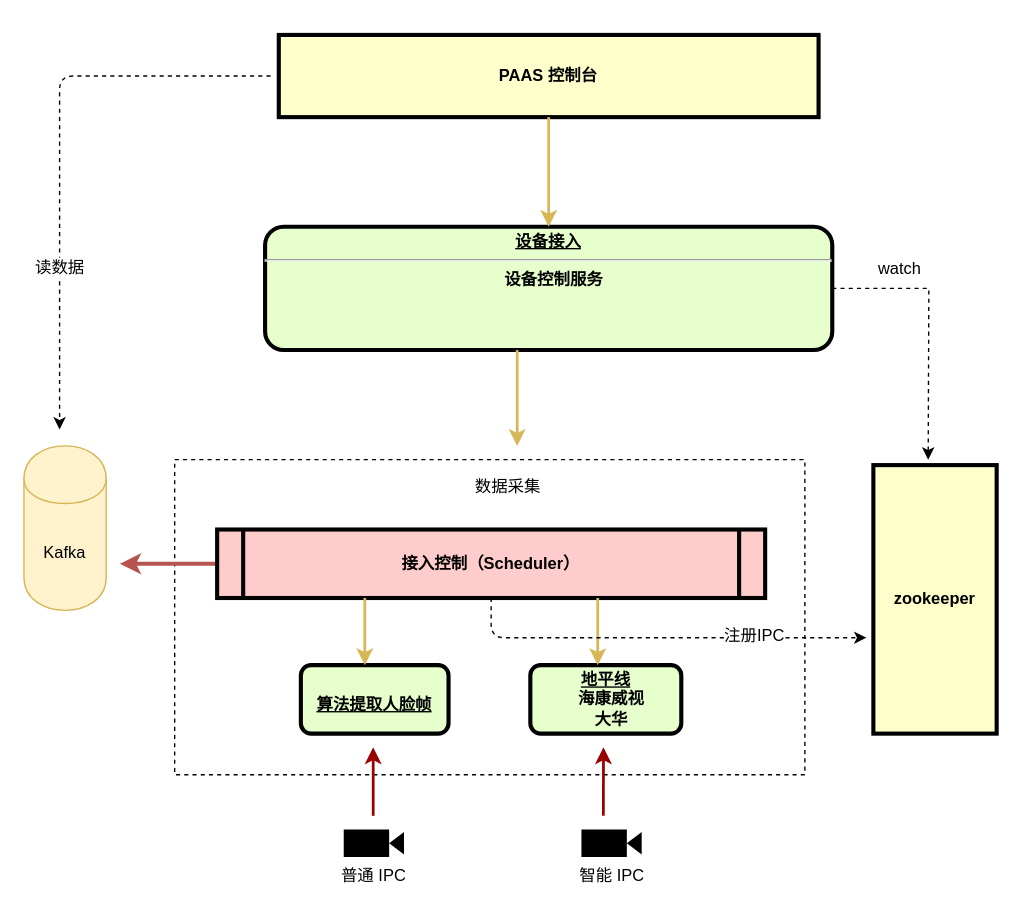
Above: system_desgin.drawio in ssider/system_designs (draw.io), before the change. Source tidied: cells renumbered, new cells numbered last; positions are measured from the earlier drawing's top-left corner, leaving out a move shared by most shapes. Both pictures are drawn from the tidied source at 137%, with x=0, y=0 at pixel (23, 34).
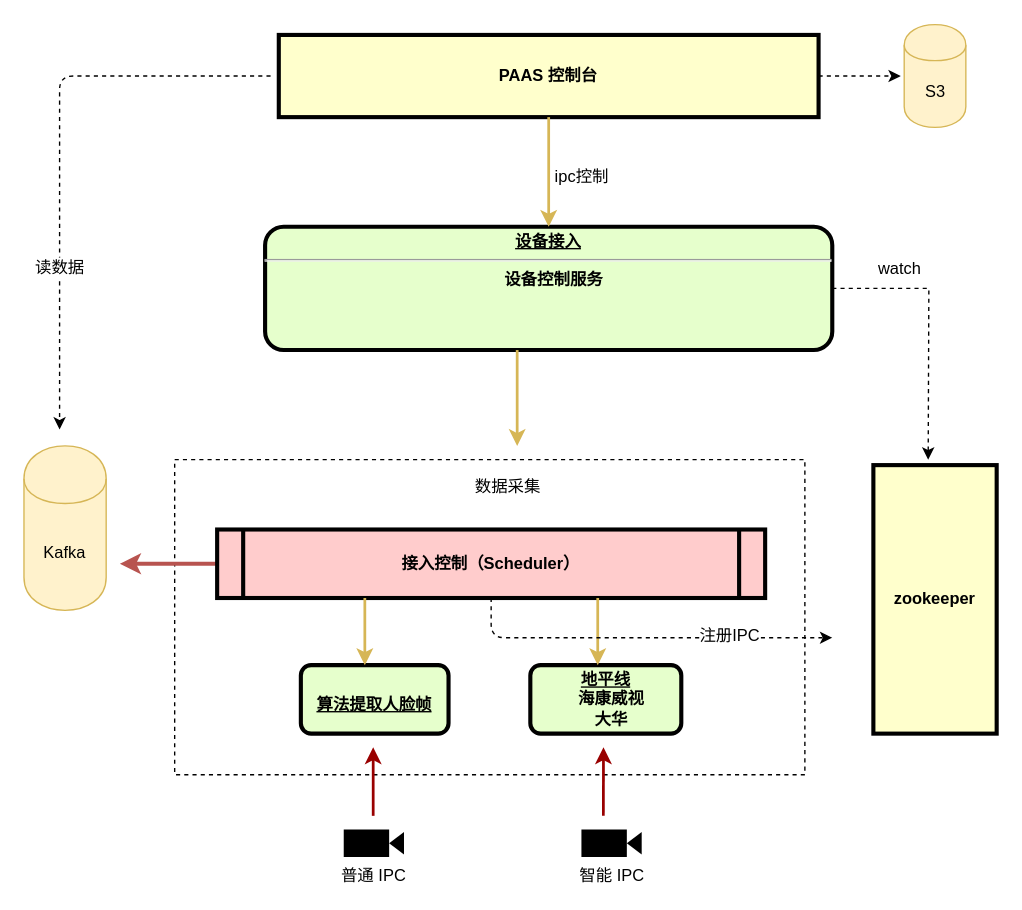
The same page after the edit.

The change refers to these unchanged cells:
```xml
<mxCell id="8" value="接入控制（Scheduler）" style="shape=process;whiteSpace=wrap;align=center;verticalAlign=middle;size=0.0475;fontStyle=1;strokeWidth=3;fillColor=#FFCCCC;" parent="1" vertex="1">
  <mxGeometry x="141" y="361" width="400" height="50" as="geometry" />
</mxCell>
<mxCell id="10" style="edgeStyle=none;noEdgeStyle=1;strokeColor=#d6b656;strokeWidth=2;fillColor=#fff2cc;" parent="1" edge="1" source="6" target="5">
  <mxGeometry relative="1" as="geometry" />
</mxCell>
<mxCell id="20" value="zookeeper" style="whiteSpace=wrap;align=center;verticalAlign=middle;fontStyle=1;strokeWidth=3;fillColor=#FFFFCC;" parent="1" vertex="1">
  <mxGeometry x="620" y="314" width="90" height="196" as="geometry" />
</mxCell>
```

Diff of the diagram source:
```diff
@@
+    <mxCell id="26" value="ipc控制" style="text;html=1;align=center;verticalAlign=middle;labelBackgroundColor=#ffffff;" parent="10" vertex="1">
+      <mxGeometry x="0.04" y="3" relative="1" as="geometry">
+        <mxPoint x="20.9" y="1" as="offset" />
+      </mxGeometry>
+    </mxCell>
@@
-    <mxCell id="21" style="edgeStyle=elbowEdgeStyle;elbow=vertical;endArrow=classic;html=1;strokeWidth=1;exitX=0.5;exitY=1;exitDx=0;exitDy=0;dashed=1;entryX=-0.056;entryY=0.643;entryDx=0;entryDy=0;entryPerimeter=0;" parent="1" edge="1" source="8" target="20">
+    <mxCell id="21" style="edgeStyle=elbowEdgeStyle;elbow=vertical;endArrow=classic;html=1;strokeWidth=1;exitX=0.5;exitY=1;exitDx=0;exitDy=0;dashed=1;" parent="1" edge="1" source="8">
       <mxGeometry relative="1" as="geometry">
+        <mxPoint x="590" y="440" as="targetPoint" />
         <Array as="points">
           <mxPoint x="450" y="440" />
           <mxPoint x="460" y="450" />
           <mxPoint x="460" y="460" />
         </Array>
       </mxGeometry>
     </mxCell>
@@
+    <mxCell id="27" value="S3" style="shape=cylinder;whiteSpace=wrap;html=1;boundedLbl=1;backgroundOutline=1;fillColor=#fff2cc;strokeColor=#d6b656;" parent="1" vertex="1">
+      <mxGeometry x="642.5" y="-7.5" width="45" height="75" as="geometry" />
+    </mxCell>
+    <mxCell id="28" style="endArrow=classic;html=1;dashed=1;strokeWidth=1;" parent="1" edge="1">
+      <mxGeometry relative="1" as="geometry">
+        <mxPoint x="580" y="30" as="sourcePoint" />
+        <mxPoint x="640" y="30" as="targetPoint" />
+      </mxGeometry>
+    </mxCell>
```
